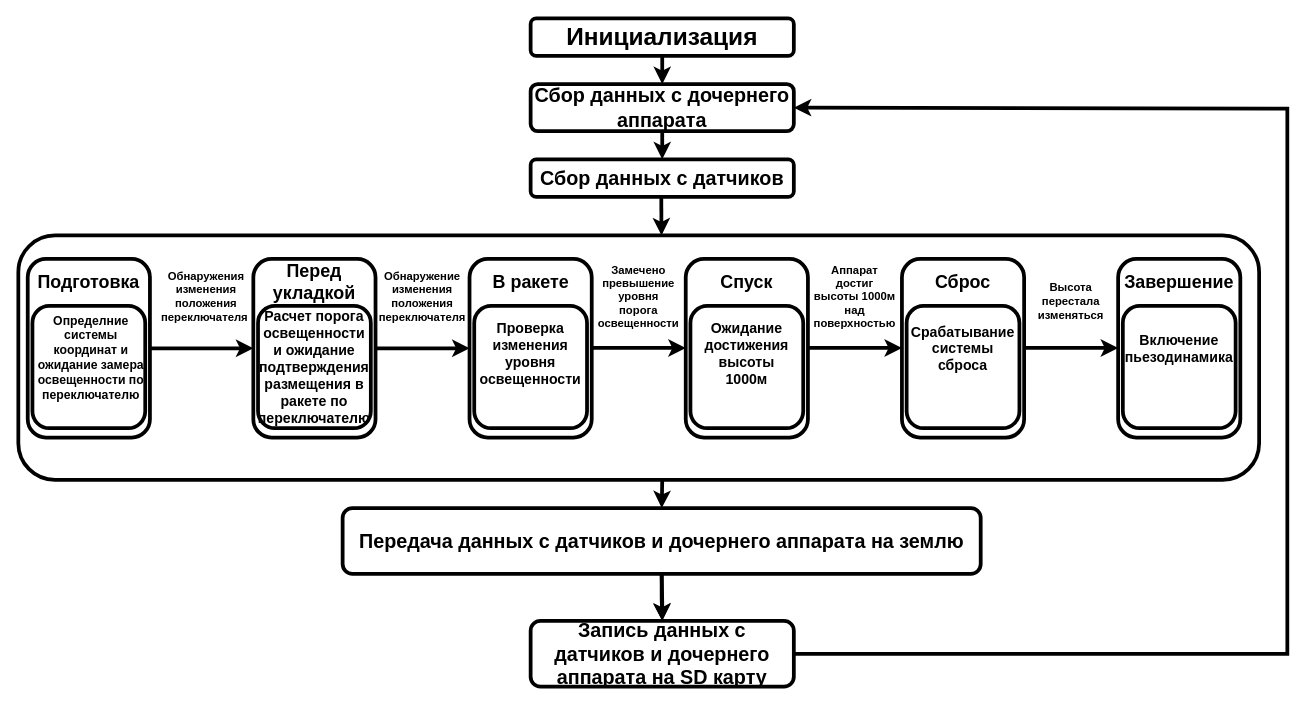
Earlier version of the draw.io diagram doc/алгоритм работы аппарата ма.drawio (cansat-tsniimash/cansat-KNPN-S). Source tidied: cells renumbered, new cells numbered last; positions are measured from the earlier drawing's top-left corner, leaving out a move shared by most shapes. Both pictures are drawn from the tidied source at 94%, with x=0, y=0 at pixel (18, 18).
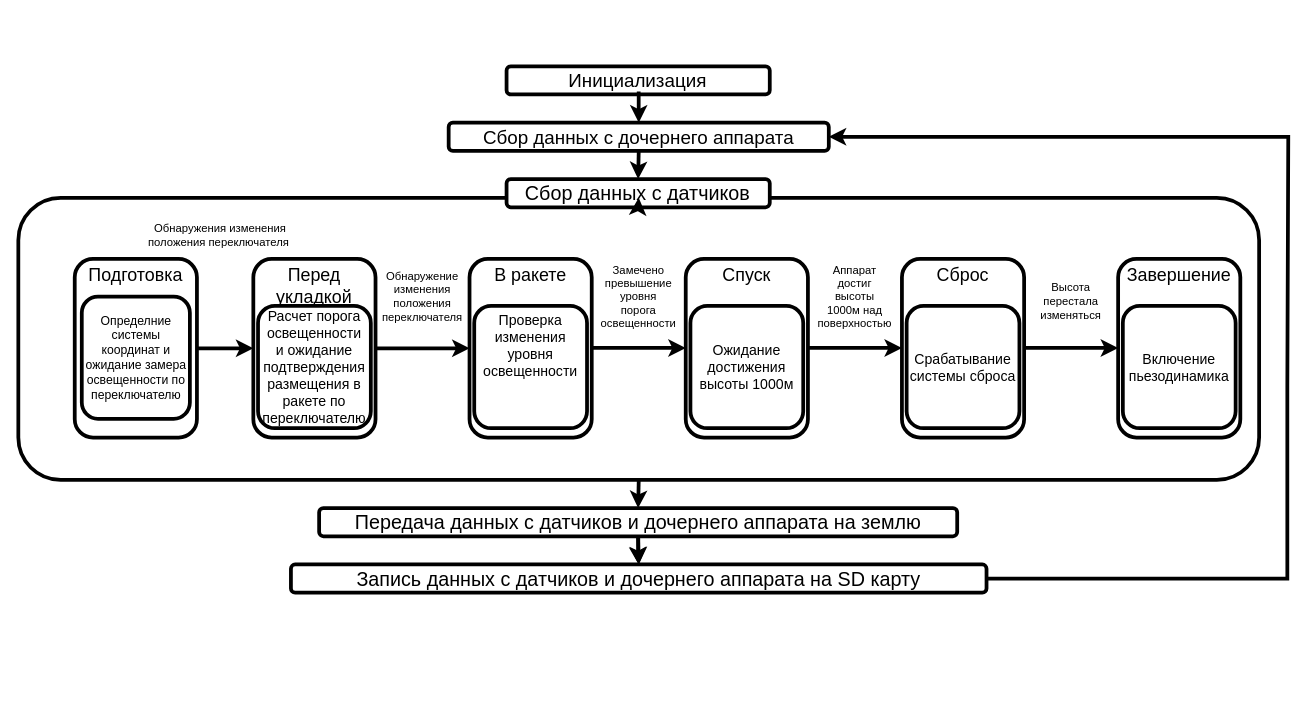
The same diagram, later.

Commit message (it also covers changes not shown here):
схемочки (Здесь были видосики Андрея, но гитхаб не захотел кушать гиги свежей информации)

Diff of the diagram source:
```diff
@@
-<mxGraphModel>
+<mxGraphModel background="#ffffff">
@@
-    <mxCell id="2" style="rounded=1;whiteSpace=wrap;html=1;fillColor=default;strokeWidth=4;" parent="1" vertex="1">
-      <mxGeometry x="545" width="280" height="40" as="geometry" />
+    <mxCell id="2" value="&lt;span&gt;Инициализация&lt;/span&gt;" style="rounded=1;whiteSpace=wrap;html=1;fillColor=default;strokeWidth=4;fontStyle=0;fontSize=20;" parent="1" vertex="1">
+      <mxGeometry x="519.4" y="51" width="280" height="30" as="geometry" />
     </mxCell>
-    <mxCell id="3" value="&lt;b&gt;Инициализация&lt;/b&gt;" style="text;html=1;align=center;verticalAlign=middle;whiteSpace=wrap;rounded=0;fontSize=26;strokeWidth=4;" parent="1" vertex="1">
-      <mxGeometry x="655" y="5" width="60" height="30" as="geometry" />
-    </mxCell>
-    <mxCell id="4" value="&lt;b&gt;&lt;font style=&quot;font-size: 21px;&quot;&gt;Сбор данных с дочернего аппарата&lt;/font&gt;&lt;/b&gt;" style="rounded=1;whiteSpace=wrap;html=1;fillColor=default;strokeWidth=4;" parent="1" vertex="1">
-      <mxGeometry x="545" y="70" width="280" height="50" as="geometry" />
+    <mxCell id="4" value="&lt;span&gt;&lt;font&gt;Сбор данных с дочернего аппарата&lt;/font&gt;&lt;/span&gt;" style="rounded=1;whiteSpace=wrap;html=1;fillColor=default;strokeWidth=4;fontStyle=0;fontSize=20;" parent="1" vertex="1">
+      <mxGeometry x="457.8" y="111" width="404.4" height="30" as="geometry" />
     </mxCell>
-    <mxCell id="5" style="endArrow=classic;html=1;rounded=0;exitX=0.5;exitY=1;exitDx=0;exitDy=0;entryX=0.5;entryY=0;entryDx=0;entryDy=0;fontSize=15;strokeWidth=4;strokeColor=#000000;" parent="1" edge="1" source="2" target="4">
+    <mxCell id="5" style="endArrow=classic;html=1;rounded=0;exitX=0.502;exitY=0.895;exitDx=0;exitDy=0;entryX=0.5;entryY=0;entryDx=0;entryDy=0;fontSize=15;strokeWidth=4;strokeColor=#000000;fontStyle=0;exitPerimeter=0;" parent="1" edge="1" source="2" target="4">
       <mxGeometry relative="1" as="geometry" />
     </mxCell>
-    <mxCell id="6" style="rounded=1;whiteSpace=wrap;html=1;fillColor=default;strokeWidth=4;" parent="1" vertex="1">
-      <mxGeometry y="231" width="1320" height="260" as="geometry" />
+    <mxCell id="6" style="rounded=1;whiteSpace=wrap;html=1;fillColor=default;strokeWidth=4;fontStyle=0;" parent="1" vertex="1">
+      <mxGeometry y="191" width="1320" height="300" as="geometry" />
     </mxCell>
-    <mxCell id="7" style="endArrow=classic;html=1;rounded=0;fontSize=15;strokeWidth=4;strokeColor=#000000;entryX=0.5;entryY=0;entryDx=0;entryDy=0;" parent="1" edge="1" target="42">
-      <mxGeometry relative="1" as="geometry">
-        <mxPoint x="685" y="121" as="sourcePoint" />
-      </mxGeometry>
+    <mxCell id="7" style="endArrow=classic;html=1;rounded=0;fontSize=15;strokeWidth=4;strokeColor=#000000;entryX=0.5;entryY=0;entryDx=0;entryDy=0;fontStyle=0;exitX=0.5;exitY=1;exitDx=0;exitDy=0;" parent="1" edge="1" source="4" target="42">
+      <mxGeometry relative="1" as="geometry" />
     </mxCell>
-    <mxCell id="8" style="endArrow=classic;html=1;rounded=0;entryX=0.5;entryY=0;entryDx=0;entryDy=0;fontSize=15;strokeWidth=4;strokeColor=#000000;" parent="1" edge="1">
-      <mxGeometry relative="1" as="geometry">
-        <mxPoint x="685" y="491" as="sourcePoint" />
-        <mxPoint x="684.5" y="521" as="targetPoint" />
-      </mxGeometry>
+    <mxCell id="8" style="endArrow=classic;html=1;rounded=0;entryX=0.5;entryY=0;entryDx=0;entryDy=0;fontSize=15;strokeWidth=4;strokeColor=#000000;fontStyle=0;exitX=0.5;exitY=1;exitDx=0;exitDy=0;" parent="1" edge="1" source="6" target="10">
+      <mxGeometry relative="1" as="geometry" />
     </mxCell>
-    <mxCell id="9" style="edgeStyle=orthogonalEdgeStyle;rounded=0;jettySize=auto;html=1;strokeWidth=4;" parent="1" edge="1" source="10" target="12">
+    <mxCell id="9" style="edgeStyle=orthogonalEdgeStyle;rounded=0;jettySize=auto;html=1;strokeWidth=4;fontStyle=0;" parent="1" edge="1" source="10" target="12">
       <mxGeometry relative="1" as="geometry" />
     </mxCell>
+    <mxCell id="11" style="rounded=0;jettySize=auto;html=1;exitX=0.5;exitY=1;exitDx=0;exitDy=0;entryX=0.5;entryY=0;entryDx=0;entryDy=0;strokeColor=#000000;strokeWidth=4;" parent="1" edge="1" source="10" target="12">
+      <mxGeometry relative="1" as="geometry" />
+    </mxCell>
-    <mxCell id="10" value="&lt;span style=&quot;font-size: 21px;&quot;&gt;&lt;b&gt;Передача данных с датчиков и дочернего аппарата на землю&lt;/b&gt;&lt;/span&gt;" style="rounded=1;whiteSpace=wrap;html=1;fillColor=default;strokeWidth=4;" parent="1" vertex="1">
-      <mxGeometry x="345" y="521" width="678.8" height="70" as="geometry" />
+    <mxCell id="10" value="&lt;span style=&quot;font-size: 21px;&quot;&gt;&lt;span&gt;Передача данных с датчиков и дочернего аппарата на землю&lt;/span&gt;&lt;/span&gt;" style="rounded=1;whiteSpace=wrap;html=1;fillColor=default;strokeWidth=4;fontStyle=0;" parent="1" vertex="1">
+      <mxGeometry x="320" y="521" width="678.8" height="30" as="geometry" />
     </mxCell>
-    <mxCell id="11" style="endArrow=classic;html=1;rounded=0;exitX=0.5;exitY=1;exitDx=0;exitDy=0;fontSize=15;strokeWidth=4;strokeColor=#000000;entryX=0.5;entryY=0;entryDx=0;entryDy=0;" parent="1" edge="1" source="10" target="12">
-      <mxGeometry relative="1" as="geometry">
-        <Array as="points">
-          <mxPoint x="685" y="621" />
-        </Array>
-      </mxGeometry>
-    </mxCell>
-    <mxCell id="12" value="&lt;b&gt;&lt;font style=&quot;font-size: 21px;&quot;&gt;Запись данных с датчиков и дочернего аппарата на SD карту&lt;/font&gt;&lt;/b&gt;" style="rounded=1;whiteSpace=wrap;html=1;fillColor=default;strokeWidth=4;" parent="1" vertex="1">
-      <mxGeometry x="545" y="641" width="280" height="70" as="geometry" />
+    <mxCell id="12" value="&lt;span&gt;&lt;font style=&quot;font-size: 21px;&quot;&gt;Запись данных с датчиков и дочернего аппарата на SD карту&lt;/font&gt;&lt;/span&gt;" style="rounded=1;whiteSpace=wrap;html=1;fillColor=default;strokeWidth=4;fontStyle=0;" parent="1" vertex="1">
+      <mxGeometry x="290" y="581" width="740" height="30" as="geometry" />
     </mxCell>
-    <mxCell id="13" style="endArrow=classic;html=1;rounded=0;exitX=1;exitY=0.5;exitDx=0;exitDy=0;fontSize=15;strokeWidth=4;strokeColor=#000000;entryX=1;entryY=0.5;entryDx=0;entryDy=0;" parent="1" edge="1" source="12" target="4">
+    <mxCell id="13" style="endArrow=classic;html=1;rounded=0;exitX=1;exitY=0.5;exitDx=0;exitDy=0;fontSize=15;strokeWidth=4;strokeColor=#000000;entryX=1;entryY=0.5;entryDx=0;entryDy=0;fontStyle=0;" parent="1" edge="1" source="12" target="4">
       <mxGeometry relative="1" as="geometry">
         <Array as="points">
-          <mxPoint x="1350" y="676" />
+          <mxPoint x="1350" y="596" />
           <mxPoint x="1350" y="391" />
-          <mxPoint x="1350" y="96" />
+          <mxPoint x="1351" y="126" />
         </Array>
       </mxGeometry>
     </mxCell>
-    <mxCell id="14" style="rounded=1;whiteSpace=wrap;html=1;strokeWidth=4;" parent="1" vertex="1">
+    <mxCell id="14" value="&lt;span style=&quot;font-size: 19px;&quot;&gt;Перед укладкой&lt;/span&gt;" style="rounded=1;whiteSpace=wrap;html=1;strokeWidth=4;fontStyle=0;verticalAlign=top;" parent="1" vertex="1">
       <mxGeometry x="250" y="256" width="130" height="190" as="geometry" />
     </mxCell>
-    <mxCell id="15" style="rounded=1;whiteSpace=wrap;html=1;strokeWidth=4;" parent="1" vertex="1">
+    <mxCell id="15" value="&lt;span style=&quot;font-size: 19px;&quot;&gt;В ракете&lt;/span&gt;" style="rounded=1;whiteSpace=wrap;html=1;strokeWidth=4;fontStyle=0;verticalAlign=top;" parent="1" vertex="1">
       <mxGeometry x="480" y="256" width="130" height="190" as="geometry" />
     </mxCell>
-    <mxCell id="16" style="rounded=1;whiteSpace=wrap;html=1;strokeWidth=4;" parent="1" vertex="1">
+    <mxCell id="16" value="&lt;span style=&quot;font-size: 19px;&quot;&gt;Спуск&lt;/span&gt;" style="rounded=1;whiteSpace=wrap;html=1;strokeWidth=4;fontStyle=0;verticalAlign=top;" parent="1" vertex="1">
       <mxGeometry x="710" y="256" width="130" height="190" as="geometry" />
     </mxCell>
-    <mxCell id="17" style="rounded=1;whiteSpace=wrap;html=1;strokeWidth=4;" parent="1" vertex="1">
+    <mxCell id="17" value="&lt;span style=&quot;font-size: 19px;&quot;&gt;Сброс&lt;/span&gt;" style="rounded=1;whiteSpace=wrap;html=1;strokeWidth=4;fontStyle=0;verticalAlign=top;" parent="1" vertex="1">
       <mxGeometry x="940" y="256" width="130" height="190" as="geometry" />
     </mxCell>
-    <mxCell id="18" value="Перед укладкой" style="text;html=1;align=center;verticalAlign=middle;whiteSpace=wrap;rounded=0;fontStyle=1;fontSize=19;strokeWidth=4;" parent="1" vertex="1">
-      <mxGeometry x="285" y="266" width="60" height="30" as="geometry" />
-    </mxCell>
-    <mxCell id="19" style="rounded=1;whiteSpace=wrap;html=1;strokeWidth=4;" parent="1" vertex="1">
+    <mxCell id="19" style="rounded=1;whiteSpace=wrap;html=1;strokeWidth=4;fontStyle=0;" parent="1" vertex="1">
       <mxGeometry x="255" y="306" width="120" height="130" as="geometry" />
     </mxCell>
-    <mxCell id="20" value="В ракете" style="text;html=1;align=center;verticalAlign=middle;whiteSpace=wrap;rounded=0;fontStyle=1;fontSize=19;strokeWidth=4;" parent="1" vertex="1">
-      <mxGeometry x="497.5" y="266" width="95" height="30" as="geometry" />
-    </mxCell>
-    <mxCell id="21" style="rounded=1;whiteSpace=wrap;html=1;strokeWidth=4;" parent="1" vertex="1">
+    <mxCell id="21" value="&lt;span style=&quot;font-size: 15px;&quot;&gt;Проверка изменения уровня освещенности&lt;/span&gt;" style="rounded=1;whiteSpace=wrap;html=1;strokeWidth=4;fontStyle=0;verticalAlign=top;" parent="1" vertex="1">
       <mxGeometry x="485" y="306" width="120" height="130" as="geometry" />
     </mxCell>
-    <mxCell id="22" style="rounded=1;whiteSpace=wrap;html=1;strokeWidth=4;" parent="1" vertex="1">
+    <mxCell id="22" value="&lt;span style=&quot;font-size: 15px;&quot;&gt;Ожидание достижения высоты 1000м&lt;/span&gt;" style="rounded=1;whiteSpace=wrap;html=1;strokeWidth=4;fontStyle=0;verticalAlign=middle;" parent="1" vertex="1">
       <mxGeometry x="715" y="306" width="120" height="130" as="geometry" />
     </mxCell>
-    <mxCell id="23" style="rounded=1;whiteSpace=wrap;html=1;strokeWidth=4;" parent="1" vertex="1">
+    <mxCell id="23" value="&lt;span style=&quot;font-size: 15px;&quot;&gt;Срабатывание системы сброса&lt;/span&gt;" style="rounded=1;whiteSpace=wrap;html=1;strokeWidth=4;fontStyle=0;verticalAlign=middle;" parent="1" vertex="1">
       <mxGeometry x="945" y="306" width="120" height="130" as="geometry" />
     </mxCell>
-    <mxCell id="24" value="Спуск" style="text;html=1;align=center;verticalAlign=middle;whiteSpace=wrap;rounded=0;fontStyle=1;fontSize=19;strokeWidth=4;" parent="1" vertex="1">
-      <mxGeometry x="745" y="266" width="60" height="30" as="geometry" />
-    </mxCell>
-    <mxCell id="25" value="Сброс" style="text;html=1;align=center;verticalAlign=middle;whiteSpace=wrap;rounded=0;fontStyle=1;fontSize=19;strokeWidth=4;" parent="1" vertex="1">
-      <mxGeometry x="975" y="266" width="60" height="30" as="geometry" />
-    </mxCell>
-    <mxCell id="26" style="rounded=1;whiteSpace=wrap;html=1;strokeWidth=4;" parent="1" vertex="1">
+    <mxCell id="26" value="&lt;span style=&quot;font-size: 19px;&quot;&gt;Завершение&lt;/span&gt;" style="rounded=1;whiteSpace=wrap;html=1;strokeWidth=4;fontStyle=0;verticalAlign=top;" parent="1" vertex="1">
       <mxGeometry x="1170" y="256" width="130" height="190" as="geometry" />
     </mxCell>
-    <mxCell id="27" style="rounded=1;whiteSpace=wrap;html=1;strokeWidth=4;" parent="1" vertex="1">
+    <mxCell id="27" value="&lt;span style=&quot;font-size: 15px;&quot;&gt;Включение пьезодинамика&lt;/span&gt;" style="rounded=1;whiteSpace=wrap;html=1;strokeWidth=4;fontStyle=0;verticalAlign=middle;" parent="1" vertex="1">
       <mxGeometry x="1175" y="306" width="120" height="130" as="geometry" />
     </mxCell>
-    <mxCell id="28" value="Завершение" style="text;html=1;align=center;verticalAlign=middle;whiteSpace=wrap;rounded=0;fontStyle=1;fontSize=19;strokeWidth=4;" parent="1" vertex="1">
-      <mxGeometry x="1205" y="266" width="60" height="30" as="geometry" />
-    </mxCell>
-    <mxCell id="29" value="&lt;font&gt;Расчет порога освещенности и&amp;nbsp;ожидание подтверждения размещения в ракете по переключателю&lt;/font&gt;" style="text;html=1;align=center;verticalAlign=middle;whiteSpace=wrap;rounded=0;fontStyle=1;fontSize=15;strokeWidth=4;" parent="1" vertex="1">
+    <mxCell id="29" value="&lt;font&gt;Расчет порога освещенности и&amp;nbsp;ожидание подтверждения размещения в ракете по переключателю&lt;/font&gt;" style="text;html=1;align=center;verticalAlign=middle;whiteSpace=wrap;rounded=0;fontStyle=0;fontSize=15;strokeWidth=4;" parent="1" vertex="1">
       <mxGeometry x="275" y="351" width="80" height="40" as="geometry" />
     </mxCell>
-    <mxCell id="30" value="Проверка изменения уровня освещенности" style="text;html=1;align=center;verticalAlign=middle;whiteSpace=wrap;rounded=0;fontStyle=1;fontSize=15;strokeWidth=4;" parent="1" vertex="1">
-      <mxGeometry x="505" y="336" width="80" height="40" as="geometry" />
-    </mxCell>
-    <mxCell id="31" value="Ожидание достижения высоты 1000м" style="text;html=1;align=center;verticalAlign=middle;whiteSpace=wrap;rounded=0;fontStyle=1;fontSize=15;strokeWidth=4;" parent="1" vertex="1">
-      <mxGeometry x="735" y="336" width="80" height="40" as="geometry" />
-    </mxCell>
-    <mxCell id="32" value="Срабатывание системы сброса" style="text;html=1;align=center;verticalAlign=middle;whiteSpace=wrap;rounded=0;fontStyle=1;fontSize=15;strokeWidth=4;" parent="1" vertex="1">
-      <mxGeometry x="965" y="331" width="80" height="40" as="geometry" />
-    </mxCell>
-    <mxCell id="33" value="Включение пьезодинамика" style="text;html=1;align=center;verticalAlign=middle;whiteSpace=wrap;rounded=0;fontStyle=1;fontSize=15;strokeWidth=4;" parent="1" vertex="1">
-      <mxGeometry x="1195" y="331" width="80" height="40" as="geometry" />
-    </mxCell>
-    <mxCell id="34" style="endArrow=classic;html=1;rounded=0;exitX=1;exitY=0.5;exitDx=0;exitDy=0;entryX=0;entryY=0.5;entryDx=0;entryDy=0;fontSize=15;strokeWidth=4;" parent="1" edge="1" source="14" target="15">
+    <mxCell id="34" style="endArrow=classic;html=1;rounded=0;exitX=1;exitY=0.5;exitDx=0;exitDy=0;entryX=0;entryY=0.5;entryDx=0;entryDy=0;fontSize=15;strokeWidth=4;fontStyle=0;" parent="1" edge="1" source="14" target="15">
       <mxGeometry relative="1" as="geometry" />
     </mxCell>
-    <mxCell id="35" value="Обнаружение изменения положения переключателя" style="text;html=1;align=center;verticalAlign=middle;whiteSpace=wrap;rounded=0;fontStyle=1;fontSize=12;strokeWidth=4;" parent="1" vertex="1">
+    <mxCell id="35" value="Обнаружение изменения положения переключателя" style="text;html=1;align=center;verticalAlign=middle;whiteSpace=wrap;rounded=0;fontStyle=0;fontSize=12;strokeWidth=4;" parent="1" vertex="1">
       <mxGeometry x="390" y="276" width="80" height="40" as="geometry" />
     </mxCell>
-    <mxCell id="36" style="endArrow=classic;html=1;rounded=0;exitX=1;exitY=0.5;exitDx=0;exitDy=0;entryX=0;entryY=0.5;entryDx=0;entryDy=0;fontSize=15;strokeWidth=4;" parent="1" edge="1">
+    <mxCell id="36" style="endArrow=classic;html=1;rounded=0;exitX=1;exitY=0.5;exitDx=0;exitDy=0;entryX=0;entryY=0.5;entryDx=0;entryDy=0;fontSize=15;strokeWidth=4;fontStyle=0;" parent="1" edge="1">
       <mxGeometry relative="1" as="geometry">
         <mxPoint x="610" y="350.7" as="sourcePoint" />
         <mxPoint x="710" y="350.7" as="targetPoint" />
       </mxGeometry>
     </mxCell>
-    <mxCell id="37" style="endArrow=classic;html=1;rounded=0;exitX=1;exitY=0.5;exitDx=0;exitDy=0;entryX=0;entryY=0.5;entryDx=0;entryDy=0;fontSize=15;strokeWidth=4;" parent="1" edge="1">
+    <mxCell id="37" style="endArrow=classic;html=1;rounded=0;exitX=1;exitY=0.5;exitDx=0;exitDy=0;entryX=0;entryY=0.5;entryDx=0;entryDy=0;fontSize=15;strokeWidth=4;fontStyle=0;" parent="1" edge="1">
       <mxGeometry relative="1" as="geometry">
         <mxPoint x="840" y="350.7" as="sourcePoint" />
         <mxPoint x="940" y="350.7" as="targetPoint" />
       </mxGeometry>
     </mxCell>
-    <mxCell id="38" style="endArrow=classic;html=1;rounded=0;exitX=1;exitY=0.5;exitDx=0;exitDy=0;entryX=0;entryY=0.5;entryDx=0;entryDy=0;fontSize=15;strokeWidth=4;" parent="1" edge="1">
+    <mxCell id="38" style="endArrow=classic;html=1;rounded=0;exitX=1;exitY=0.5;exitDx=0;exitDy=0;entryX=0;entryY=0.5;entryDx=0;entryDy=0;fontSize=15;strokeWidth=4;fontStyle=0;" parent="1" edge="1">
       <mxGeometry relative="1" as="geometry">
         <mxPoint x="1070" y="350.7" as="sourcePoint" />
         <mxPoint x="1170" y="350.7" as="targetPoint" />
       </mxGeometry>
     </mxCell>
-    <mxCell id="39" value="Замечено превышение уровня&lt;div&gt;порога освещенности&lt;/div&gt;" style="text;html=1;align=center;verticalAlign=middle;whiteSpace=wrap;rounded=0;fontStyle=1;fontSize=12;strokeWidth=4;" parent="1" vertex="1">
+    <mxCell id="39" value="Замечено превышение уровня&lt;div&gt;порога освещенности&lt;/div&gt;" style="text;html=1;align=center;verticalAlign=middle;whiteSpace=wrap;rounded=0;fontStyle=0;fontSize=12;strokeWidth=4;" parent="1" vertex="1">
       <mxGeometry x="620" y="276" width="80" height="40" as="geometry" />
     </mxCell>
-    <mxCell id="40" value="Аппарат достиг высоты 1000м над поверхностью" style="text;html=1;align=center;verticalAlign=middle;whiteSpace=wrap;rounded=0;fontStyle=1;fontSize=12;strokeWidth=4;" parent="1" vertex="1">
+    <mxCell id="40" value="Аппарат достиг высоты 1000м над поверхностью" style="text;html=1;align=center;verticalAlign=middle;whiteSpace=wrap;rounded=0;fontStyle=0;fontSize=12;strokeWidth=4;" parent="1" vertex="1">
       <mxGeometry x="850" y="276" width="80" height="40" as="geometry" />
     </mxCell>
-    <mxCell id="41" value="Высота перестала изменяться" style="text;html=1;align=center;verticalAlign=middle;whiteSpace=wrap;rounded=0;fontStyle=1;fontSize=12;strokeWidth=4;" parent="1" vertex="1">
+    <mxCell id="41" value="Высота перестала изменяться" style="text;html=1;align=center;verticalAlign=middle;whiteSpace=wrap;rounded=0;fontStyle=0;fontSize=12;strokeWidth=4;" parent="1" vertex="1">
       <mxGeometry x="1080" y="281" width="80" height="40" as="geometry" />
     </mxCell>
-    <mxCell id="42" value="&lt;b&gt;&lt;font style=&quot;font-size: 21px;&quot;&gt;Сбор данных с датчиков&lt;/font&gt;&lt;/b&gt;" style="rounded=1;whiteSpace=wrap;html=1;fillColor=default;strokeWidth=4;" parent="1" vertex="1">
-      <mxGeometry x="545" y="150" width="280" height="40" as="geometry" />
+    <mxCell id="42" value="&lt;span&gt;&lt;font style=&quot;font-size: 21px;&quot;&gt;Сбор данных с датчиков&lt;/font&gt;&lt;/span&gt;" style="rounded=1;whiteSpace=wrap;html=1;fillColor=default;strokeWidth=4;fontStyle=0;" parent="1" vertex="1">
+      <mxGeometry x="519.4" y="171" width="280" height="30" as="geometry" />
     </mxCell>
-    <mxCell id="43" style="endArrow=classic;html=1;rounded=0;fontSize=15;strokeWidth=4;strokeColor=#000000;entryX=0.56;entryY=0.004;entryDx=0;entryDy=0;entryPerimeter=0;" parent="1" edge="1">
-      <mxGeometry relative="1" as="geometry">
-        <mxPoint x="684" y="191" as="sourcePoint" />
-        <mxPoint x="684.2" y="231" as="targetPoint" />
-      </mxGeometry>
+    <mxCell id="43" style="endArrow=classic;html=1;rounded=0;fontSize=15;strokeWidth=4;strokeColor=#000000;entryX=0.5;entryY=0;entryDx=0;entryDy=0;fontStyle=0;exitX=0.5;exitY=1;exitDx=0;exitDy=0;" parent="1" edge="1" source="42" target="6">
+      <mxGeometry relative="1" as="geometry" />
     </mxCell>
-    <mxCell id="44" style="rounded=1;whiteSpace=wrap;html=1;strokeWidth=4;" parent="1" vertex="1">
-      <mxGeometry x="10" y="256" width="130" height="190" as="geometry" />
+    <mxCell id="44" value="&lt;span style=&quot;font-size: 19px;&quot;&gt;Подготовка&lt;/span&gt;" style="rounded=1;whiteSpace=wrap;html=1;strokeWidth=4;fontStyle=0;verticalAlign=top;" parent="1" vertex="1">
+      <mxGeometry x="60" y="256" width="130" height="190" as="geometry" />
     </mxCell>
-    <mxCell id="45" value="Подготовка" style="text;html=1;align=center;verticalAlign=middle;whiteSpace=wrap;rounded=0;fontStyle=1;fontSize=19;strokeWidth=4;" parent="1" vertex="1">
-      <mxGeometry x="45" y="266" width="60" height="30" as="geometry" />
-    </mxCell>
-    <mxCell id="46" style="rounded=1;whiteSpace=wrap;html=1;strokeWidth=4;" parent="1" vertex="1">
-      <mxGeometry x="15" y="306" width="120" height="130" as="geometry" />
+    <mxCell id="46" value="&lt;span style=&quot;font-size: 13px;&quot;&gt;Определние системы координат и ожидание замера освещенности по переключателю&lt;/span&gt;" style="rounded=1;whiteSpace=wrap;html=1;strokeWidth=4;fontStyle=0;" parent="1" vertex="1">
+      <mxGeometry x="67.5" y="296" width="115" height="130" as="geometry" />
     </mxCell>
-    <mxCell id="47" value="Определние системы координат и ожидание замера освещенности по переключателю" style="text;html=1;align=center;verticalAlign=middle;whiteSpace=wrap;rounded=0;fontStyle=1;fontSize=13;strokeWidth=4;" parent="1" vertex="1">
-      <mxGeometry x="15" y="338.5" width="125" height="45" as="geometry" />
-    </mxCell>
-    <mxCell id="48" style="endArrow=classic;html=1;rounded=0;exitX=1;exitY=0.5;exitDx=0;exitDy=0;fontSize=15;strokeWidth=4;" parent="1" edge="1" source="44">
+    <mxCell id="48" style="endArrow=classic;html=1;rounded=0;exitX=1;exitY=0.5;exitDx=0;exitDy=0;fontSize=15;strokeWidth=4;fontStyle=0;" parent="1" edge="1" source="44">
       <mxGeometry relative="1" as="geometry">
         <mxPoint x="250" y="351" as="targetPoint" />
       </mxGeometry>
     </mxCell>
-    <mxCell id="49" value="Обнаружения изменения положения переключателя&amp;nbsp;" style="text;html=1;align=center;verticalAlign=middle;whiteSpace=wrap;rounded=0;fontStyle=1;fontSize=12;strokeWidth=4;" parent="1" vertex="1">
-      <mxGeometry x="160" y="276" width="80" height="40" as="geometry" />
+    <mxCell id="49" value="Обнаружения изменения положения переключателя&amp;nbsp;" style="text;html=1;align=center;verticalAlign=middle;whiteSpace=wrap;rounded=0;fontStyle=0;fontSize=12;strokeWidth=4;" parent="1" vertex="1">
+      <mxGeometry x="130" y="211" width="170" height="40" as="geometry" />
     </mxCell>
-    <mxCell id="50" style="edgeStyle=orthogonalEdgeStyle;rounded=0;orthogonalLoop=1;jettySize=auto;html=1;exitX=0.5;exitY=1;exitDx=0;exitDy=0;strokeWidth=4;" parent="1" edge="1" source="29" target="29">
+    <mxCell id="50" style="edgeStyle=orthogonalEdgeStyle;rounded=0;orthogonalLoop=1;jettySize=auto;html=1;exitX=0.5;exitY=1;exitDx=0;exitDy=0;strokeWidth=4;fontStyle=0;" parent="1" edge="1" source="29" target="29">
       <mxGeometry relative="1" as="geometry" />
     </mxCell>
```
